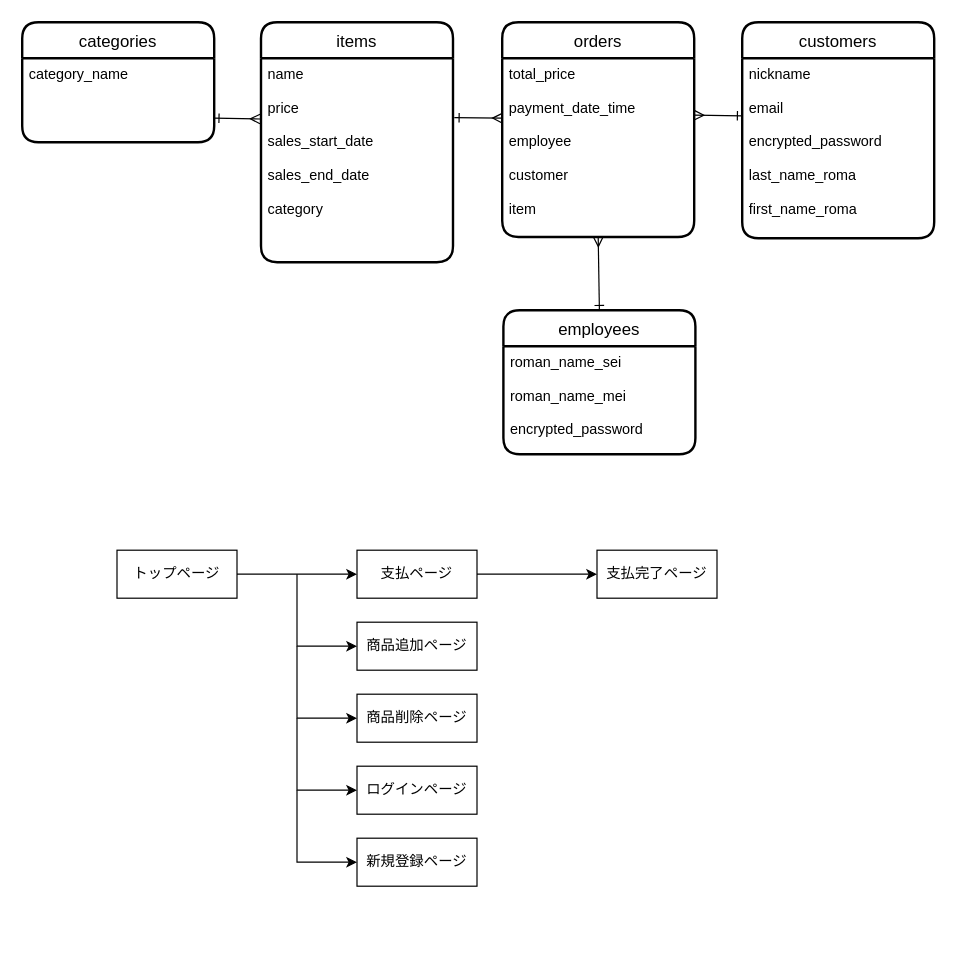
Earlier version of the draw.io diagram pcr.dio (kazami1066/PlainCashRegister). Source tidied: cells renumbered, new cells numbered last; positions are measured from the earlier drawing's top-left corner, leaving out a move shared by most shapes. Both pictures are drawn from the tidied source at 120%, with x=0, y=0 at pixel (22, 22).
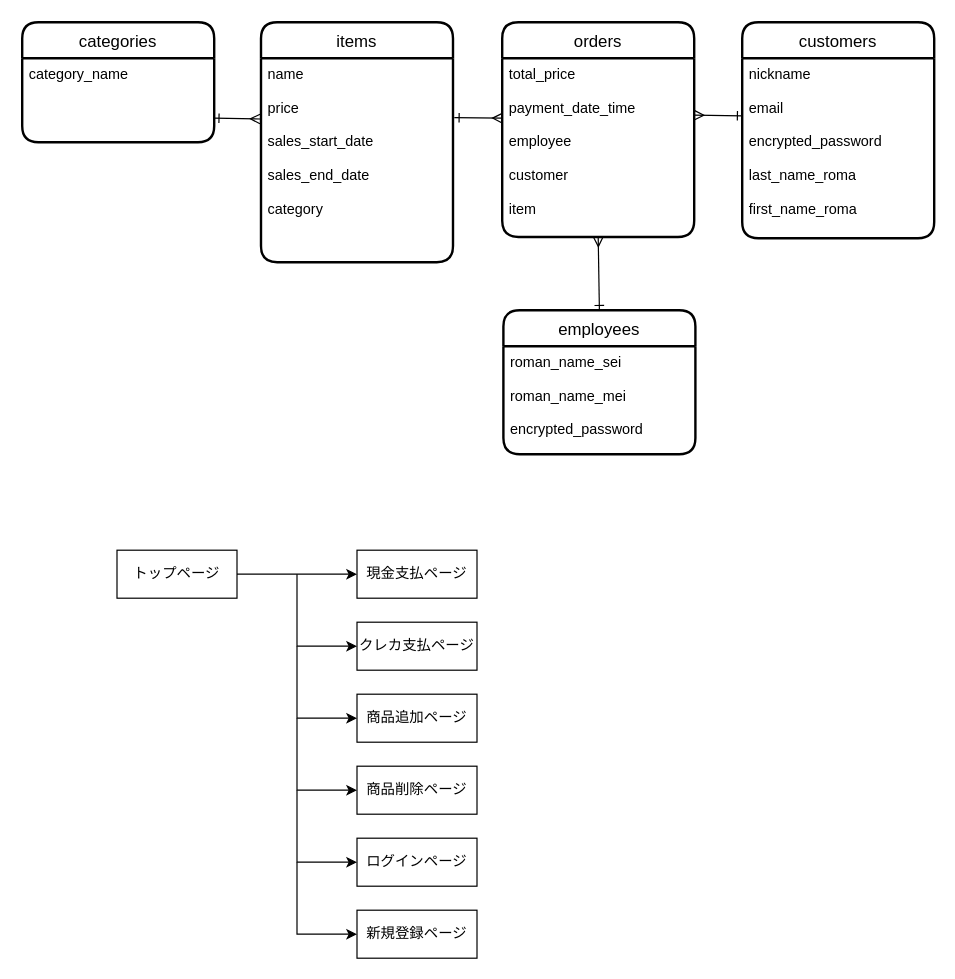
The same diagram, later.

The edit, as a diff of the source:
```diff
@@
     <mxCell id="16" value="商品追加ページ" style="whiteSpace=wrap;html=1;align=center;" parent="1" vertex="1">
-      <mxGeometry x="279" y="500" width="100" height="40" as="geometry" />
+      <mxGeometry x="279" y="560" width="100" height="40" as="geometry" />
     </mxCell>
     <mxCell id="17" style="endArrow=none;html=1;rounded=0;startArrow=classic;startFill=1;" parent="1" edge="1">
       <mxGeometry relative="1" as="geometry">
-        <mxPoint x="279" y="580" as="sourcePoint" />
-        <mxPoint x="229" y="520" as="targetPoint" />
+        <mxPoint x="279" y="640" as="sourcePoint" />
+        <mxPoint x="229" y="580" as="targetPoint" />
         <Array as="points">
-          <mxPoint x="229" y="580" />
+          <mxPoint x="229" y="640" />
         </Array>
       </mxGeometry>
     </mxCell>
     <mxCell id="18" value="商品削除ページ" style="whiteSpace=wrap;html=1;align=center;" parent="1" vertex="1">
-      <mxGeometry x="279" y="560" width="100" height="40" as="geometry" />
+      <mxGeometry x="279" y="620" width="100" height="40" as="geometry" />
     </mxCell>
-    <mxCell id="19" value="支払ページ" style="whiteSpace=wrap;html=1;align=center;" parent="1" vertex="1">
+    <mxCell id="19" value="現金支払ページ" style="whiteSpace=wrap;html=1;align=center;" parent="1" vertex="1">
       <mxGeometry x="279" y="440" width="100" height="40" as="geometry" />
     </mxCell>
-    <mxCell id="20" style="edgeStyle=none;html=1;exitX=1;exitY=0.5;exitDx=0;exitDy=0;startArrow=none;startFill=0;endArrow=classic;endFill=1;" parent="1" edge="1">
-      <mxGeometry relative="1" as="geometry">
-        <mxPoint x="379" y="460" as="sourcePoint" />
-        <mxPoint x="479" y="460" as="targetPoint" />
-      </mxGeometry>
-    </mxCell>
-    <mxCell id="21" value="支払完了ページ" style="whiteSpace=wrap;html=1;align=center;" parent="1" vertex="1">
-      <mxGeometry x="479" y="440" width="100" height="40" as="geometry" />
-    </mxCell>
     <mxCell id="22" style="endArrow=none;html=1;rounded=0;startArrow=classic;startFill=1;" parent="1" edge="1">
       <mxGeometry relative="1" as="geometry">
-        <mxPoint x="279" y="520" as="sourcePoint" />
-        <mxPoint x="229" y="460" as="targetPoint" />
+        <mxPoint x="279" y="580" as="sourcePoint" />
+        <mxPoint x="229" y="520" as="targetPoint" />
         <Array as="points">
-          <mxPoint x="229" y="520" />
+          <mxPoint x="229" y="580" />
         </Array>
       </mxGeometry>
     </mxCell>
     <mxCell id="23" style="endArrow=none;html=1;rounded=0;startArrow=classic;startFill=1;" parent="1" edge="1">
       <mxGeometry relative="1" as="geometry">
-        <mxPoint x="279" y="640" as="sourcePoint" />
-        <mxPoint x="229" y="580" as="targetPoint" />
+        <mxPoint x="279" y="700" as="sourcePoint" />
+        <mxPoint x="229" y="640" as="targetPoint" />
         <Array as="points">
-          <mxPoint x="229" y="640" />
+          <mxPoint x="229" y="700" />
         </Array>
       </mxGeometry>
     </mxCell>
     <mxCell id="24" value="ログインページ" style="whiteSpace=wrap;html=1;align=center;" parent="1" vertex="1">
-      <mxGeometry x="279" y="620" width="100" height="40" as="geometry" />
+      <mxGeometry x="279" y="680" width="100" height="40" as="geometry" />
     </mxCell>
     <mxCell id="25" style="endArrow=none;html=1;rounded=0;startArrow=classic;startFill=1;" parent="1" edge="1">
       <mxGeometry relative="1" as="geometry">
-        <mxPoint x="279" y="700" as="sourcePoint" />
-        <mxPoint x="229" y="640" as="targetPoint" />
+        <mxPoint x="279" y="760" as="sourcePoint" />
+        <mxPoint x="229" y="700" as="targetPoint" />
         <Array as="points">
-          <mxPoint x="229" y="700" />
+          <mxPoint x="229" y="760" />
         </Array>
       </mxGeometry>
     </mxCell>
     <mxCell id="26" value="新規登録ページ" style="whiteSpace=wrap;html=1;align=center;" parent="1" vertex="1">
-      <mxGeometry x="279" y="680" width="100" height="40" as="geometry" />
+      <mxGeometry x="279" y="740" width="100" height="40" as="geometry" />
     </mxCell>
@@
+    <mxCell id="29" value="クレカ支払ページ" style="whiteSpace=wrap;html=1;align=center;" parent="1" vertex="1">
+      <mxGeometry x="279" y="500" width="100" height="40" as="geometry" />
+    </mxCell>
+    <mxCell id="30" style="endArrow=none;html=1;rounded=0;startArrow=classic;startFill=1;" parent="1" edge="1">
+      <mxGeometry relative="1" as="geometry">
+        <mxPoint x="279" y="520" as="sourcePoint" />
+        <mxPoint x="229" y="460" as="targetPoint" />
+        <Array as="points">
+          <mxPoint x="229" y="520" />
+        </Array>
+      </mxGeometry>
+    </mxCell>
```
